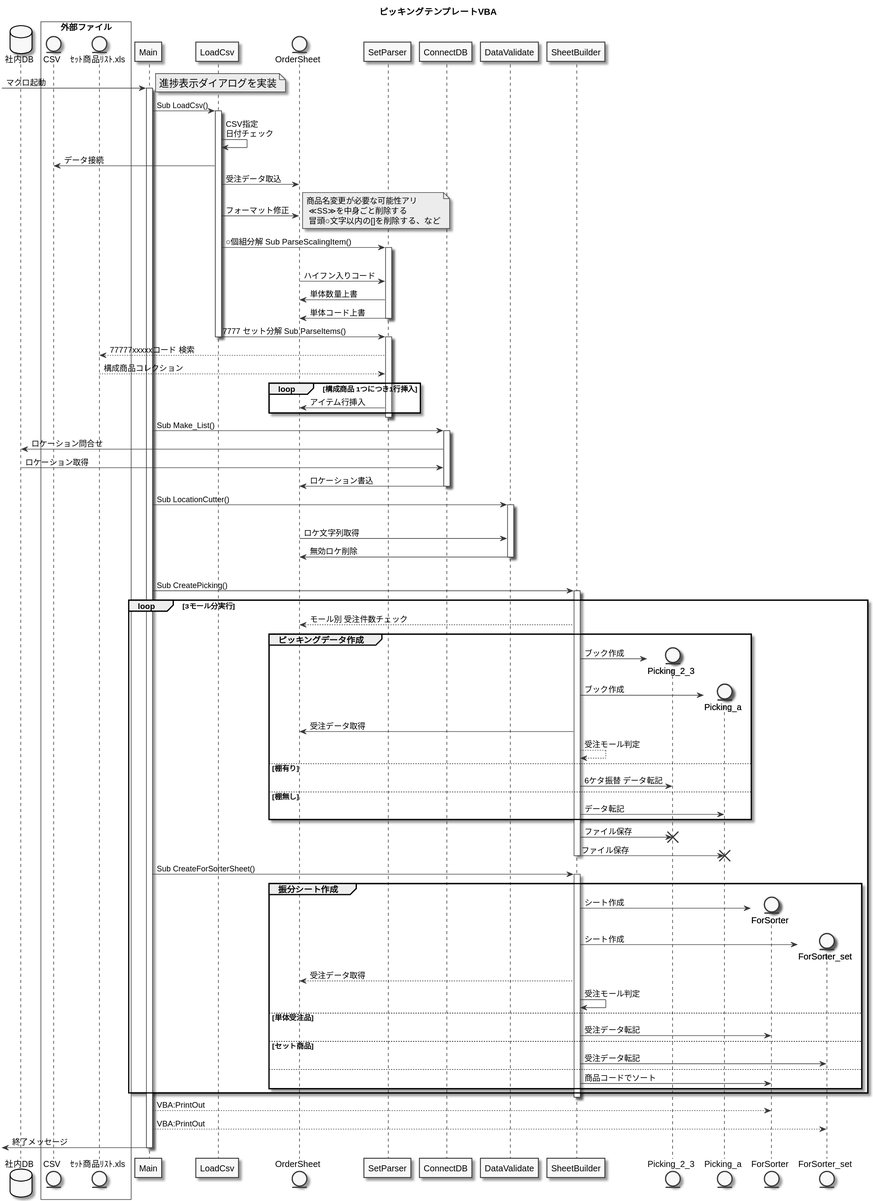
akiya64/back-yard-macros keeps this PlantUML diagram as out/picking_create_vba/picking_create_vba.svg. Above is the earlier version. Its source is kept beside it as picking_create_vba.puml.
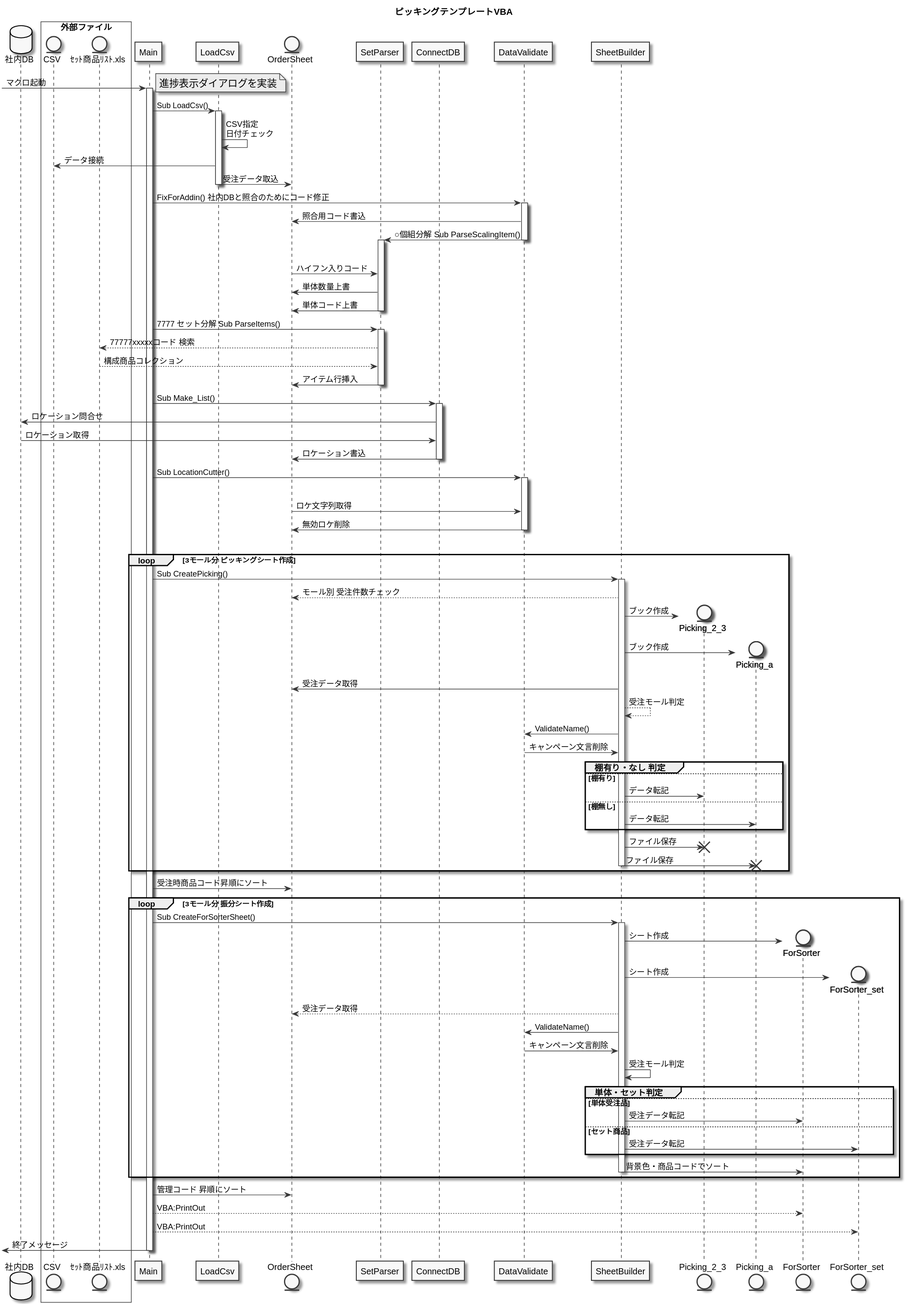
The same diagram one commit later.

What changed in the source:
```diff
@@ -31,17 +31,18 @@
 entity OrderSheet
 
 LoadCsv -> OrderSheet : 受注データ取込
-LoadCsv -> OrderSheet : フォーマット修正
+deactivate LoadCsv
+
+Main -> DataValidate : FixForAddin() 社内DBと照合のためにコード修正
+activate DataValidate
+DataValidate -> OrderSheet : 照合用コード書込
 
 participant SetParser
 
-note right
-    商品名変更が必要な可能性アリ
-     ≪SS≫を中身ごと削除する
-     冒頭○文字以内の[]を削除する、など
-end note
+DataValidate -> SetParser : ○個組分解 Sub ParseScalingItem()
 
-LoadCsv -> SetParser : ○個組分解 Sub ParseScalingItem()
+deactivate DataValidate
+
 |||
 activate SetParser
 
@@ -50,16 +51,14 @@
 SetParser -> OrderSheet : 単体コード上書
 deactivate SetParser
 
-LoadCsv -> SetParser : 7777 セット分解 Sub ParseItems()
-deactivate LoadCsv
+Main -> SetParser : 7777 セット分解 Sub ParseItems()
+
 activate SetParser
 
 ｾｯﾄ商品ﾘｽﾄ.xls <-- SetParser : 77777xxxxxコード 検索
 ｾｯﾄ商品ﾘｽﾄ.xls --> SetParser : 構成商品コレクション
 
-Loop 構成商品 1つにつき1行挿入
-    SetParser -> OrderSheet : アイテム行挿入
-end
+SetParser -> OrderSheet : アイテム行挿入
 
 deactivate SetParser
 
@@ -88,14 +87,12 @@
 
 participant SheetBuilder
 
+
+loop 3モール分 ピッキングシート作成
 Main -> SheetBuilder : Sub CreatePicking()
 activate SheetBuilder
 
-loop 3モール分実行
-
     OrderSheet <-- SheetBuilder : モール別 受注件数チェック
-
-    Group ピッキングデータ作成
 
         create entity Picking_2_3
         SheetBuilder -> Picking_2_3 : ブック作成
@@ -107,12 +104,16 @@
 
         SheetBuilder --> SheetBuilder : 受注モール判定
 
+        DataValidate <- SheetBuilder : ValidateName()
+        DataValidate -> SheetBuilder : キャンペーン文言削除
+
+        group 棚有り・なし 判定
         else 棚有り
-            SheetBuilder -> Picking_2_3 : 6ケタ振替 データ転記
+            SheetBuilder -> Picking_2_3 : データ転記
 
         else 棚無し
             SheetBuilder -> Picking_a : データ転記
-    end
+        end
 
     SheetBuilder -> Picking_2_3 : ファイル保存
     destroy Picking_2_3
@@ -121,33 +122,41 @@
 
     destroy Picking_a
     deactivate SheetBuilder
+end
 
+Main -> OrderSheet : 受注時商品コード昇順にソート
 
+loop 3モール分 振分シート作成
     Main -> SheetBuilder : Sub CreateForSorterSheet()
-        Group 振分シート作成
+
         activate SheetBuilder
         create entity ForSorter
         SheetBuilder -> ForSorter : シート作成
         create entity ForSorter_set
         SheetBuilder -> ForSorter_set : シート作成
         OrderSheet <-- SheetBuilder : 受注データ取得
+
+        DataValidate <- SheetBuilder : ValidateName()
+        DataValidate -> SheetBuilder : キャンペーン文言削除
+
         SheetBuilder -> SheetBuilder : 受注モール判定
 
-        else 単体受注品
+        group 単体・セット判定
+            else 単体受注品
 
-            SheetBuilder -> ForSorter : 受注データ転記
+                SheetBuilder -> ForSorter : 受注データ転記
 
-        else セット商品
+            else セット商品
 
             SheetBuilder -> ForSorter_set : 受注データ転記
-        else
 
-            SheetBuilder -> ForSorter : 商品コードでソート
+        end
 
-    end
+            SheetBuilder -> ForSorter : 背景色・商品コードでソート
+            deactivate SheetBuilder
 end
 
-deactivate SheetBuilder
+Main -> OrderSheet : 管理コード 昇順にソート
 
 Main --> ForSorter : VBA:PrintOut
 Main --> ForSorter_set : VBA:PrintOut
```
